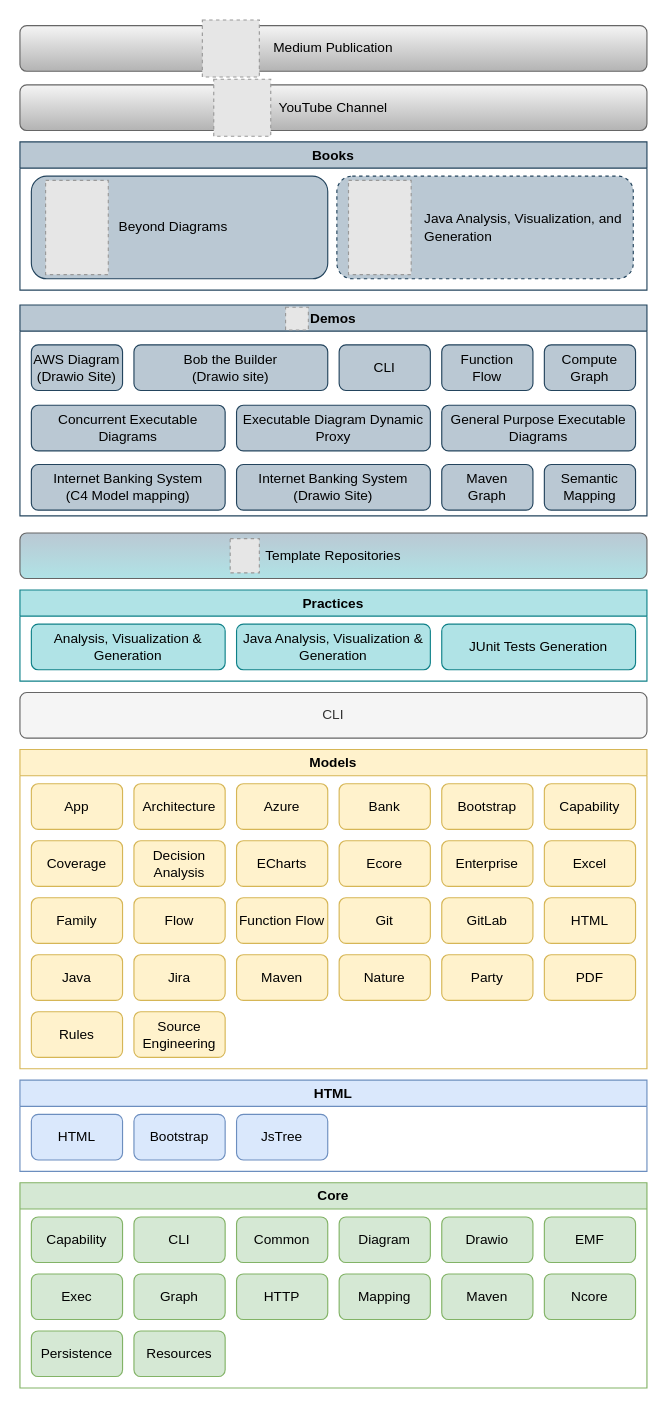
Earlier version of the draw.io diagram model/nasdanika.drawio (Nasdanika/nasdanika.github.io). Source tidied: cells renumbered, new cells numbered last; positions are measured from the earlier drawing's top-left corner, leaving out a move shared by most shapes. Both pictures are drawn from the tidied source at 114%, with x=0, y=0 at pixel (19, 19). Pictures stored in the file or linked from it are replaced by grey dashed boxes.
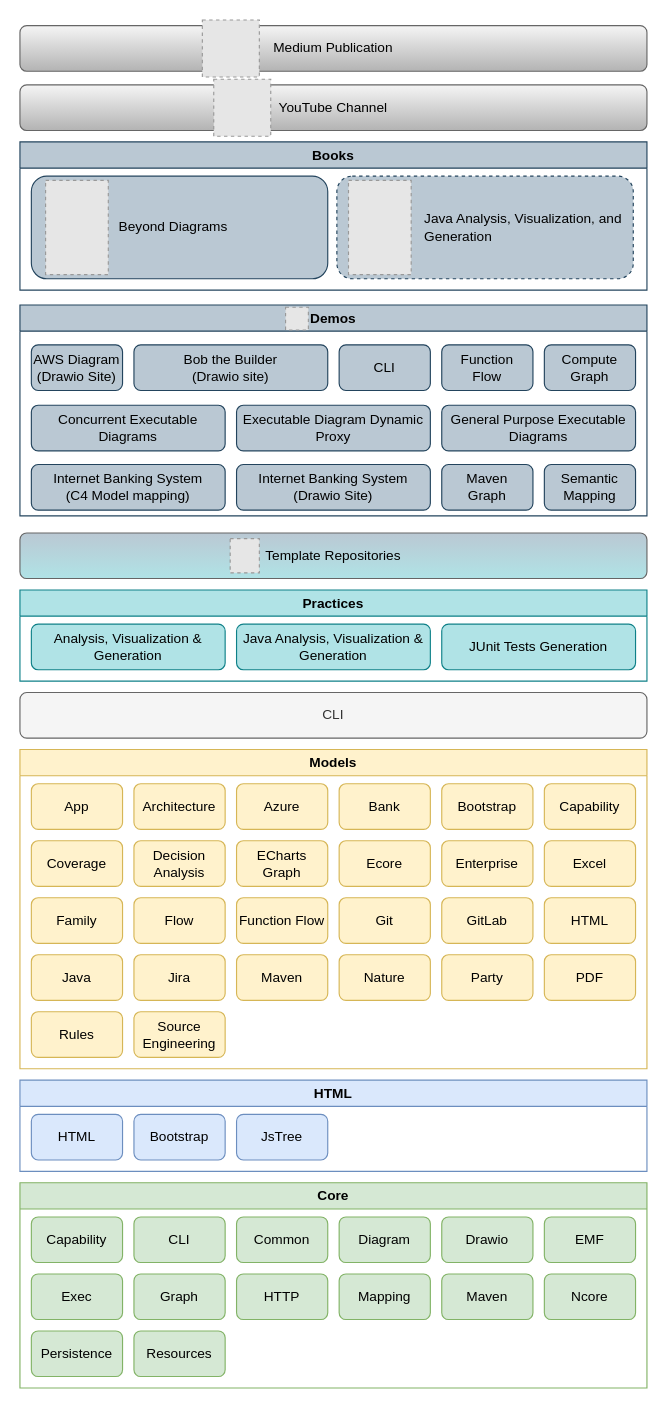
After the change.

The change refers to these unchanged cells:
```xml
<mxCell id="21" value="Models" style="swimlane;whiteSpace=wrap;html=1;fillColor=#fff2cc;strokeColor=#d6b656;" parent="1" vertex="1">
  <mxGeometry y="640" width="550" height="280" as="geometry" />
</mxCell>
```

What changed in the source:
```diff
@@
-    <mxCell id="26" value="ECharts" style="rounded=1;whiteSpace=wrap;html=1;fillColor=#fff2cc;strokeColor=#d6b656;" parent="21" vertex="1">
+    <mxCell id="26" value="ECharts Graph" style="rounded=1;whiteSpace=wrap;html=1;fillColor=#fff2cc;strokeColor=#d6b656;" parent="21" vertex="1">
       <mxGeometry x="190" y="80" width="80" height="40" as="geometry" />
     </mxCell>
```
